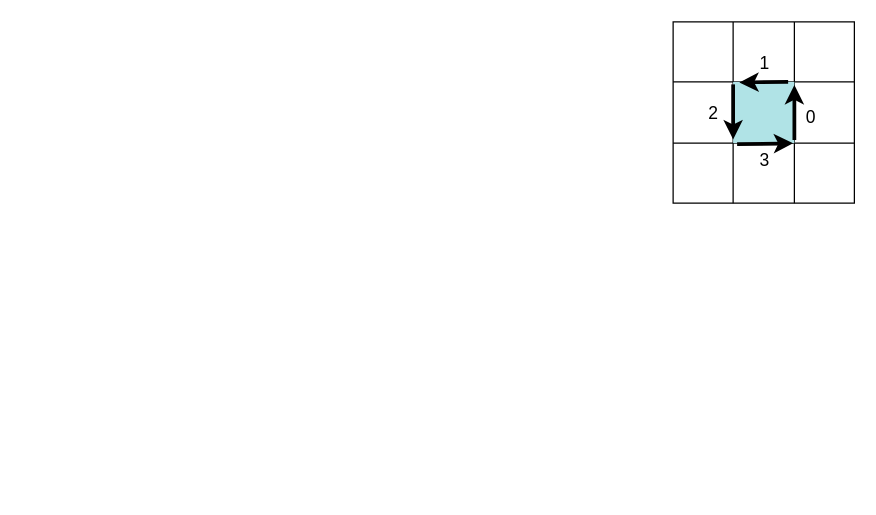
Earlier version of the draw.io diagram page "Page-2" (2 of 3) of Untitled Diagram.drawio (CoreSheep/AI). Source tidied: cells renumbered, new cells numbered last; positions are measured from the earlier drawing's top-left corner, leaving out a move shared by most shapes. Both pictures are drawn from the tidied source at 125%, with x=0, y=0 at pixel (672, 21).
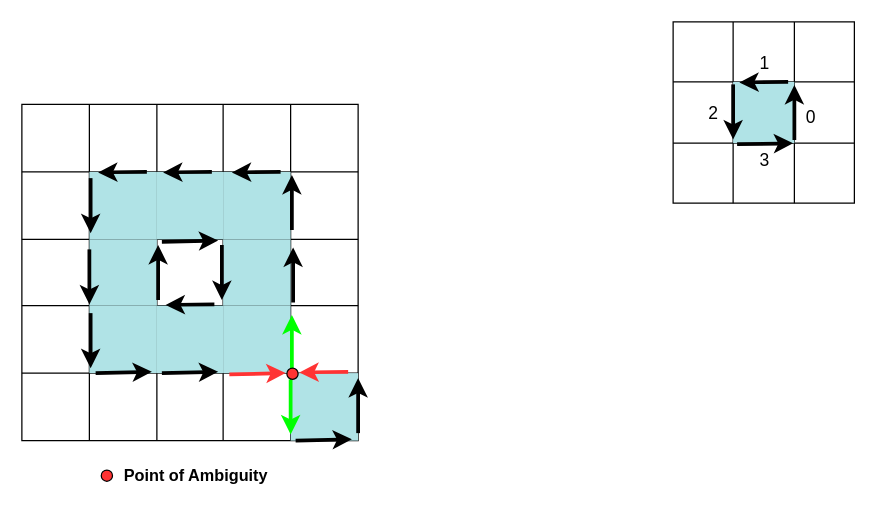
After the change.

Diff of the diagram source:
```diff
@@
+    <mxCell id="23" style="shape=table;startSize=0;childLayout=tableLayout;" parent="1" vertex="1">
+      <mxGeometry x="-521" y="66" width="269" height="269" as="geometry" />
+    </mxCell>
+    <mxCell id="24" style="shape=tableRow;horizontal=0;startSize=0;swimlaneHead=0;swimlaneBody=0;strokeColor=inherit;top=0;left=0;bottom=0;right=0;fillColor=none;" parent="23" vertex="1">
+      <mxGeometry width="269" height="54" as="geometry" />
+    </mxCell>
+    <mxCell id="25" style="shape=partialRectangle;html=1;whiteSpace=wrap;strokeColor=inherit;overflow=hidden;fillColor=none;top=0;left=0;bottom=0;right=0;" parent="24" vertex="1">
+      <mxGeometry width="54" height="54" as="geometry" />
+    </mxCell>
+    <mxCell id="26" style="shape=partialRectangle;html=1;whiteSpace=wrap;strokeColor=inherit;overflow=hidden;fillColor=none;top=0;left=0;bottom=0;right=0;" parent="24" vertex="1">
+      <mxGeometry x="54" width="54" height="54" as="geometry" />
+    </mxCell>
+    <mxCell id="27" style="shape=partialRectangle;html=1;whiteSpace=wrap;strokeColor=inherit;overflow=hidden;fillColor=none;top=0;left=0;bottom=0;right=0;" parent="24" vertex="1">
+      <mxGeometry x="108" width="53" height="54" as="geometry" />
+    </mxCell>
+    <mxCell id="28" style="shape=partialRectangle;html=1;whiteSpace=wrap;strokeColor=inherit;overflow=hidden;fillColor=none;top=0;left=0;bottom=0;right=0;" parent="24" vertex="1">
+      <mxGeometry x="161" width="54" height="54" as="geometry" />
+    </mxCell>
+    <mxCell id="29" style="shape=partialRectangle;html=1;whiteSpace=wrap;strokeColor=inherit;overflow=hidden;fillColor=none;top=0;left=0;bottom=0;right=0;" parent="24" vertex="1">
+      <mxGeometry x="215" width="54" height="54" as="geometry" />
+    </mxCell>
+    <mxCell id="30" style="shape=tableRow;horizontal=0;startSize=0;swimlaneHead=0;swimlaneBody=0;strokeColor=inherit;top=0;left=0;bottom=0;right=0;fillColor=none;" parent="23" vertex="1">
+      <mxGeometry y="54" width="269" height="54" as="geometry" />
+    </mxCell>
+    <mxCell id="31" style="shape=partialRectangle;html=1;whiteSpace=wrap;strokeColor=inherit;overflow=hidden;fillColor=none;top=0;left=0;bottom=0;right=0;" parent="30" vertex="1">
+      <mxGeometry width="54" height="54" as="geometry" />
+    </mxCell>
+    <mxCell id="32" style="shape=partialRectangle;html=1;whiteSpace=wrap;strokeColor=#0e8088;overflow=hidden;fillColor=#b0e3e6;top=0;left=0;bottom=0;right=0;" parent="30" vertex="1">
+      <mxGeometry x="54" width="54" height="54" as="geometry" />
+    </mxCell>
+    <mxCell id="33" style="shape=partialRectangle;html=1;whiteSpace=wrap;strokeColor=#0e8088;overflow=hidden;fillColor=#b0e3e6;top=0;left=0;bottom=0;right=0;" parent="30" vertex="1">
+      <mxGeometry x="108" width="53" height="54" as="geometry" />
+    </mxCell>
+    <mxCell id="34" style="shape=partialRectangle;html=1;whiteSpace=wrap;strokeColor=#0e8088;overflow=hidden;fillColor=#b0e3e6;top=0;left=0;bottom=0;right=0;" parent="30" vertex="1">
+      <mxGeometry x="161" width="54" height="54" as="geometry" />
+    </mxCell>
+    <mxCell id="35" style="shape=partialRectangle;html=1;whiteSpace=wrap;strokeColor=inherit;overflow=hidden;fillColor=none;top=0;left=0;bottom=0;right=0;" parent="30" vertex="1">
+      <mxGeometry x="215" width="54" height="54" as="geometry" />
+    </mxCell>
+    <mxCell id="36" style="shape=tableRow;horizontal=0;startSize=0;swimlaneHead=0;swimlaneBody=0;strokeColor=inherit;top=0;left=0;bottom=0;right=0;fillColor=none;" parent="23" vertex="1">
+      <mxGeometry y="108" width="269" height="53" as="geometry" />
+    </mxCell>
+    <mxCell id="37" style="shape=partialRectangle;html=1;whiteSpace=wrap;strokeColor=inherit;overflow=hidden;fillColor=none;top=0;left=0;bottom=0;right=0;" parent="36" vertex="1">
+      <mxGeometry width="54" height="53" as="geometry" />
+    </mxCell>
+    <mxCell id="38" style="shape=partialRectangle;html=1;whiteSpace=wrap;strokeColor=#0e8088;overflow=hidden;fillColor=#b0e3e6;top=0;left=0;bottom=0;right=0;" parent="36" vertex="1">
+      <mxGeometry x="54" width="54" height="53" as="geometry" />
+    </mxCell>
+    <mxCell id="39" style="shape=partialRectangle;html=1;whiteSpace=wrap;strokeColor=inherit;overflow=hidden;fillColor=none;top=0;left=0;bottom=0;right=0;" parent="36" vertex="1">
+      <mxGeometry x="108" width="53" height="53" as="geometry" />
+    </mxCell>
+    <mxCell id="40" style="shape=partialRectangle;html=1;whiteSpace=wrap;strokeColor=#0e8088;overflow=hidden;fillColor=#b0e3e6;top=0;left=0;bottom=0;right=0;" parent="36" vertex="1">
+      <mxGeometry x="161" width="54" height="53" as="geometry" />
+    </mxCell>
+    <mxCell id="41" style="shape=partialRectangle;html=1;whiteSpace=wrap;strokeColor=inherit;overflow=hidden;fillColor=none;top=0;left=0;bottom=0;right=0;" parent="36" vertex="1">
+      <mxGeometry x="215" width="54" height="53" as="geometry" />
+    </mxCell>
+    <mxCell id="42" style="shape=tableRow;horizontal=0;startSize=0;swimlaneHead=0;swimlaneBody=0;strokeColor=inherit;top=0;left=0;bottom=0;right=0;fillColor=none;" parent="23" vertex="1">
+      <mxGeometry y="161" width="269" height="54" as="geometry" />
+    </mxCell>
+    <mxCell id="43" style="shape=partialRectangle;html=1;whiteSpace=wrap;strokeColor=inherit;overflow=hidden;fillColor=none;top=0;left=0;bottom=0;right=0;" parent="42" vertex="1">
+      <mxGeometry width="54" height="54" as="geometry" />
+    </mxCell>
+    <mxCell id="44" style="shape=partialRectangle;html=1;whiteSpace=wrap;strokeColor=#0e8088;overflow=hidden;fillColor=#b0e3e6;top=0;left=0;bottom=0;right=0;" parent="42" vertex="1">
+      <mxGeometry x="54" width="54" height="54" as="geometry" />
+    </mxCell>
+    <mxCell id="45" style="shape=partialRectangle;html=1;whiteSpace=wrap;strokeColor=#0e8088;overflow=hidden;fillColor=#b0e3e6;top=0;left=0;bottom=0;right=0;" parent="42" vertex="1">
+      <mxGeometry x="108" width="53" height="54" as="geometry" />
+    </mxCell>
+    <mxCell id="46" style="shape=partialRectangle;html=1;whiteSpace=wrap;strokeColor=#0e8088;overflow=hidden;fillColor=#b0e3e6;top=0;left=0;bottom=0;right=0;" parent="42" vertex="1">
+      <mxGeometry x="161" width="54" height="54" as="geometry" />
+    </mxCell>
+    <mxCell id="47" style="shape=partialRectangle;html=1;whiteSpace=wrap;strokeColor=inherit;overflow=hidden;fillColor=none;top=0;left=0;bottom=0;right=0;" parent="42" vertex="1">
+      <mxGeometry x="215" width="54" height="54" as="geometry" />
+    </mxCell>
+    <mxCell id="48" style="shape=tableRow;horizontal=0;startSize=0;swimlaneHead=0;swimlaneBody=0;strokeColor=inherit;top=0;left=0;bottom=0;right=0;fillColor=none;" parent="23" vertex="1">
+      <mxGeometry y="215" width="269" height="54" as="geometry" />
+    </mxCell>
+    <mxCell id="49" style="shape=partialRectangle;html=1;whiteSpace=wrap;strokeColor=inherit;overflow=hidden;fillColor=none;top=0;left=0;bottom=0;right=0;" parent="48" vertex="1">
+      <mxGeometry width="54" height="54" as="geometry" />
+    </mxCell>
+    <mxCell id="50" style="shape=partialRectangle;html=1;whiteSpace=wrap;strokeColor=inherit;overflow=hidden;fillColor=none;top=0;left=0;bottom=0;right=0;" parent="48" vertex="1">
+      <mxGeometry x="54" width="54" height="54" as="geometry" />
+    </mxCell>
+    <mxCell id="51" style="shape=partialRectangle;html=1;whiteSpace=wrap;strokeColor=inherit;overflow=hidden;fillColor=none;top=0;left=0;bottom=0;right=0;" parent="48" vertex="1">
+      <mxGeometry x="108" width="53" height="54" as="geometry" />
+    </mxCell>
+    <mxCell id="52" style="shape=partialRectangle;html=1;whiteSpace=wrap;strokeColor=inherit;overflow=hidden;fillColor=none;top=0;left=0;bottom=0;right=0;" parent="48" vertex="1">
+      <mxGeometry x="161" width="54" height="54" as="geometry" />
+    </mxCell>
+    <mxCell id="53" style="shape=partialRectangle;html=1;whiteSpace=wrap;strokeColor=#0e8088;overflow=hidden;fillColor=#b0e3e6;top=0;left=0;bottom=0;right=0;" parent="48" vertex="1">
+      <mxGeometry x="215" width="54" height="54" as="geometry" />
+    </mxCell>
+    <mxCell id="54" style="endArrow=classic;html=1;rounded=0;strokeWidth=3;strokeColor=#00FF00;" parent="1" edge="1">
+      <mxGeometry relative="1" as="geometry">
+        <mxPoint x="-305" y="278.5" as="sourcePoint" />
+        <mxPoint x="-305" y="234.5" as="targetPoint" />
+      </mxGeometry>
+    </mxCell>
+    <mxCell id="55" style="endArrow=classic;html=1;rounded=0;strokeWidth=3;" parent="1" edge="1">
+      <mxGeometry relative="1" as="geometry">
+        <mxPoint x="-304" y="224.5" as="sourcePoint" />
+        <mxPoint x="-304" y="180.5" as="targetPoint" />
+      </mxGeometry>
+    </mxCell>
+    <mxCell id="56" style="endArrow=classic;html=1;rounded=0;strokeWidth=3;" parent="1" edge="1">
+      <mxGeometry relative="1" as="geometry">
+        <mxPoint x="-305" y="166.5" as="sourcePoint" />
+        <mxPoint x="-305" y="122.5" as="targetPoint" />
+      </mxGeometry>
+    </mxCell>
+    <mxCell id="57" style="endArrow=classic;html=1;rounded=0;strokeWidth=3;" parent="1" edge="1">
+      <mxGeometry relative="1" as="geometry">
+        <mxPoint x="-466" y="233" as="sourcePoint" />
+        <mxPoint x="-466" y="277" as="targetPoint" />
+      </mxGeometry>
+    </mxCell>
+    <mxCell id="58" style="endArrow=classic;html=1;rounded=0;strokeWidth=3;" parent="1" edge="1">
+      <mxGeometry relative="1" as="geometry">
+        <mxPoint x="-467" y="182" as="sourcePoint" />
+        <mxPoint x="-467" y="226" as="targetPoint" />
+      </mxGeometry>
+    </mxCell>
+    <mxCell id="59" style="endArrow=classic;html=1;rounded=0;strokeWidth=3;" parent="1" edge="1">
+      <mxGeometry relative="1" as="geometry">
+        <mxPoint x="-466" y="125" as="sourcePoint" />
+        <mxPoint x="-466" y="169" as="targetPoint" />
+      </mxGeometry>
+    </mxCell>
+    <mxCell id="60" style="endArrow=classic;html=1;rounded=0;strokeWidth=3;exitX=0.938;exitY=0.971;exitDx=0;exitDy=0;exitPerimeter=0;entryX=0.662;entryY=1.003;entryDx=0;entryDy=0;entryPerimeter=0;" parent="1" edge="1">
+      <mxGeometry relative="1" as="geometry">
+        <mxPoint x="-314" y="120" as="sourcePoint" />
+        <mxPoint x="-353" y="120.4" as="targetPoint" />
+      </mxGeometry>
+    </mxCell>
+    <mxCell id="61" style="endArrow=classic;html=1;rounded=0;strokeWidth=3;exitX=0.938;exitY=0.971;exitDx=0;exitDy=0;exitPerimeter=0;entryX=0.662;entryY=1.003;entryDx=0;entryDy=0;entryPerimeter=0;" parent="1" edge="1">
+      <mxGeometry relative="1" as="geometry">
+        <mxPoint x="-369" y="120" as="sourcePoint" />
+        <mxPoint x="-408" y="120.4" as="targetPoint" />
+      </mxGeometry>
+    </mxCell>
+    <mxCell id="62" style="endArrow=classic;html=1;rounded=0;strokeWidth=3;exitX=0.938;exitY=0.971;exitDx=0;exitDy=0;exitPerimeter=0;entryX=0.662;entryY=1.003;entryDx=0;entryDy=0;entryPerimeter=0;" parent="1" edge="1">
+      <mxGeometry relative="1" as="geometry">
+        <mxPoint x="-421" y="120" as="sourcePoint" />
+        <mxPoint x="-460" y="120.4" as="targetPoint" />
+      </mxGeometry>
+    </mxCell>
+    <mxCell id="63" style="endArrow=classic;html=1;rounded=0;strokeWidth=3;exitX=0.353;exitY=0.018;exitDx=0;exitDy=0;exitPerimeter=0;entryX=0.662;entryY=1.003;entryDx=0;entryDy=0;entryPerimeter=0;" parent="1" edge="1">
+      <mxGeometry relative="1" as="geometry">
+        <mxPoint x="-462" y="281" as="sourcePoint" />
+        <mxPoint x="-417" y="280" as="targetPoint" />
+      </mxGeometry>
+    </mxCell>
+    <mxCell id="64" style="endArrow=classic;html=1;rounded=0;strokeWidth=3;exitX=0.353;exitY=0.018;exitDx=0;exitDy=0;exitPerimeter=0;entryX=0.662;entryY=1.003;entryDx=0;entryDy=0;entryPerimeter=0;" parent="1" edge="1">
+      <mxGeometry relative="1" as="geometry">
+        <mxPoint x="-409" y="281" as="sourcePoint" />
+        <mxPoint x="-364" y="280" as="targetPoint" />
+      </mxGeometry>
+    </mxCell>
+    <mxCell id="65" style="endArrow=classic;html=1;rounded=0;strokeWidth=3;exitX=0.353;exitY=0.018;exitDx=0;exitDy=0;exitPerimeter=0;entryX=0.662;entryY=1.003;entryDx=0;entryDy=0;entryPerimeter=0;strokeColor=#FF3333;" parent="1" edge="1">
+      <mxGeometry relative="1" as="geometry">
+        <mxPoint x="-355" y="282" as="sourcePoint" />
+        <mxPoint x="-310" y="281" as="targetPoint" />
+      </mxGeometry>
+    </mxCell>
+    <mxCell id="66" style="endArrow=classic;html=1;rounded=0;strokeWidth=3;" parent="1" edge="1">
+      <mxGeometry relative="1" as="geometry">
+        <mxPoint x="-361" y="178.5" as="sourcePoint" />
+        <mxPoint x="-361" y="222.5" as="targetPoint" />
+      </mxGeometry>
+    </mxCell>
+    <mxCell id="67" style="endArrow=classic;html=1;rounded=0;strokeWidth=3;exitX=0.353;exitY=0.018;exitDx=0;exitDy=0;exitPerimeter=0;entryX=0.662;entryY=1.003;entryDx=0;entryDy=0;entryPerimeter=0;" parent="1" edge="1">
+      <mxGeometry relative="1" as="geometry">
+        <mxPoint x="-409" y="176" as="sourcePoint" />
+        <mxPoint x="-364" y="175" as="targetPoint" />
+      </mxGeometry>
+    </mxCell>
+    <mxCell id="68" style="endArrow=classic;html=1;rounded=0;strokeWidth=3;exitX=0.938;exitY=0.971;exitDx=0;exitDy=0;exitPerimeter=0;entryX=0.662;entryY=1.003;entryDx=0;entryDy=0;entryPerimeter=0;" parent="1" edge="1">
+      <mxGeometry relative="1" as="geometry">
+        <mxPoint x="-367" y="226" as="sourcePoint" />
+        <mxPoint x="-406" y="226.4" as="targetPoint" />
+      </mxGeometry>
+    </mxCell>
+    <mxCell id="69" style="endArrow=classic;html=1;rounded=0;strokeWidth=3;" parent="1" edge="1">
+      <mxGeometry relative="1" as="geometry">
+        <mxPoint x="-412" y="222.5" as="sourcePoint" />
+        <mxPoint x="-412" y="178.5" as="targetPoint" />
+      </mxGeometry>
+    </mxCell>
+    <mxCell id="70" style="endArrow=classic;html=1;rounded=0;strokeWidth=3;strokeColor=#00FF00;" parent="1" edge="1">
+      <mxGeometry relative="1" as="geometry">
+        <mxPoint x="-306" y="286" as="sourcePoint" />
+        <mxPoint x="-306" y="330" as="targetPoint" />
+      </mxGeometry>
+    </mxCell>
+    <mxCell id="71" style="endArrow=classic;html=1;rounded=0;strokeWidth=3;exitX=0.353;exitY=0.018;exitDx=0;exitDy=0;exitPerimeter=0;entryX=0.662;entryY=1.003;entryDx=0;entryDy=0;entryPerimeter=0;" parent="1" edge="1">
+      <mxGeometry relative="1" as="geometry">
+        <mxPoint x="-302" y="335" as="sourcePoint" />
+        <mxPoint x="-257" y="334" as="targetPoint" />
+      </mxGeometry>
+    </mxCell>
+    <mxCell id="72" style="endArrow=classic;html=1;rounded=0;strokeWidth=3;" parent="1" edge="1">
+      <mxGeometry relative="1" as="geometry">
+        <mxPoint x="-252" y="329" as="sourcePoint" />
+        <mxPoint x="-252" y="285" as="targetPoint" />
+      </mxGeometry>
+    </mxCell>
+    <mxCell id="73" style="endArrow=classic;html=1;rounded=0;strokeWidth=3;exitX=0.938;exitY=0.971;exitDx=0;exitDy=0;exitPerimeter=0;entryX=0.662;entryY=1.003;entryDx=0;entryDy=0;entryPerimeter=0;strokeColor=#FF3333;" parent="1" edge="1">
+      <mxGeometry relative="1" as="geometry">
+        <mxPoint x="-260" y="280" as="sourcePoint" />
+        <mxPoint x="-299" y="280.4" as="targetPoint" />
+      </mxGeometry>
+    </mxCell>
+    <mxCell id="74" style="ellipse;whiteSpace=wrap;html=1;fillColor=#FF3333;" parent="1" vertex="1">
+      <mxGeometry x="-309" y="277" width="9" height="9" as="geometry" />
+    </mxCell>
+    <mxCell id="75" style="ellipse;whiteSpace=wrap;html=1;fillColor=#FF3333;" parent="1" vertex="1">
+      <mxGeometry x="-457.5" y="358.5" width="9" height="9" as="geometry" />
+    </mxCell>
+    <mxCell id="76" value="&lt;font size=&quot;1&quot; style=&quot;&quot;&gt;&lt;b style=&quot;font-size: 13px;&quot;&gt;Point of Ambiguity&lt;/b&gt;&lt;/font&gt;" style="text;html=1;align=center;verticalAlign=middle;strokeColor=none;fillColor=none;" parent="1" vertex="1">
+      <mxGeometry x="-448.5" y="349" width="133" height="28" as="geometry" />
+    </mxCell>
```
